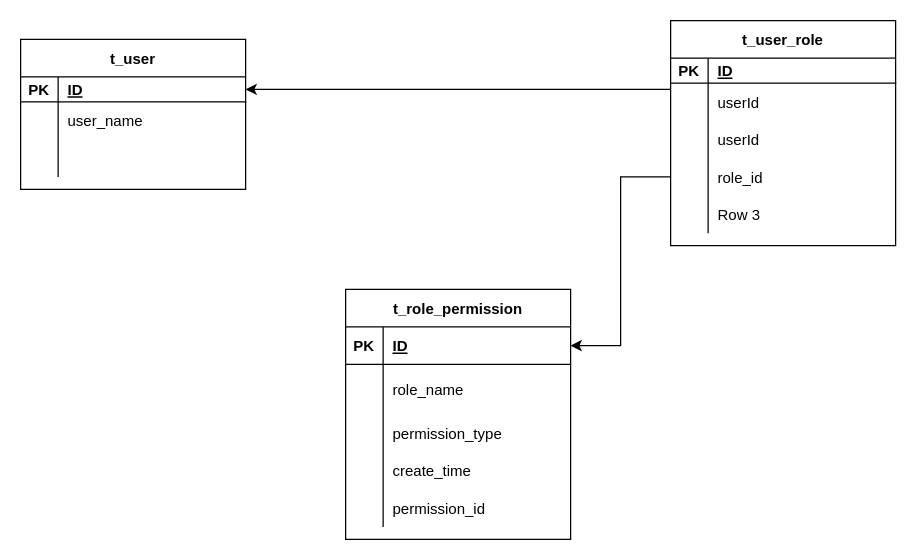
This is permission.drawio from willbety/shell-learn, a draw.io file, before an edit. Source tidied: cells renumbered, new cells numbered last; positions are measured from the earlier drawing's top-left corner, leaving out a move shared by most shapes. Both pictures are drawn from the tidied source at 125%, with x=0, y=0 at pixel (20, -599).
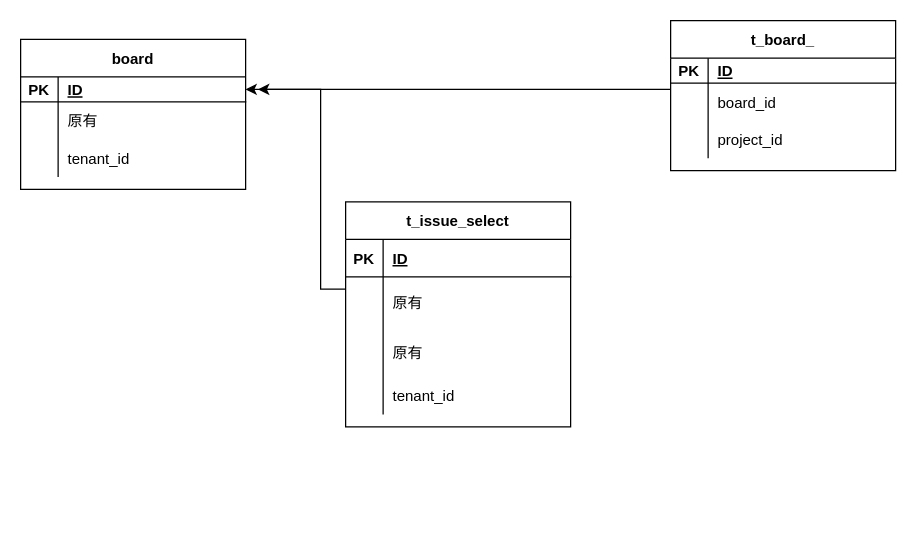
The same diagram, later.

Unchanged cells that the change refers to:
```xml
<mxCell id="4" style="shape=partialRectangle;fillColor=none;top=0;left=0;bottom=1;right=0;points=[[0,0.5],[1,0.5]];portConstraint=eastwest;" parent="3" vertex="1">
  <mxGeometry y="30" width="180" height="30" as="geometry" />
</mxCell>
<mxCell id="23" style="shape=partialRectangle;fillColor=none;top=0;left=0;bottom=0;right=0;points=[[0,0.5],[1,0.5]];portConstraint=eastwest;" parent="19" vertex="1">
  <mxGeometry y="50" width="180" height="30" as="geometry" />
</mxCell>
<mxCell id="26" style="shape=partialRectangle;fillColor=none;top=0;left=0;bottom=0;right=0;" parent="19" vertex="1">
  <mxGeometry y="80" width="180" height="30" as="geometry" />
</mxCell>
<mxCell id="36" style="shape=partialRectangle;fillColor=none;top=0;left=0;bottom=1;right=0;points=[[0,0.5],[1,0.5]];portConstraint=eastwest;" parent="35" vertex="1">
  <mxGeometry y="30" width="180" height="20" as="geometry" />
</mxCell>
<mxCell id="39" style="shape=partialRectangle;fillColor=none;top=0;left=0;bottom=0;right=0;" parent="35" vertex="1">
  <mxGeometry y="50" width="180" height="30" as="geometry" />
</mxCell>
<mxCell id="42" style="shape=partialRectangle;fillColor=none;top=0;left=0;bottom=0;right=0;" parent="35" vertex="1">
  <mxGeometry y="80" width="180" height="30" as="geometry" />
</mxCell>
```

What changed in the source:
```diff
@@
-    <mxCell id="3" value="&#10;t_role_permission&#10;" style="shape=table;startSize=30;childLayout=tableLayout;rowLines=0;fontStyle=1;align=center;" parent="1" vertex="1">
-      <mxGeometry x="260" y="710" width="180" height="200" as="geometry" />
+    <mxCell id="3" value="&#10;t_issue_select&#10;" style="shape=table;startSize=30;childLayout=tableLayout;rowLines=0;fontStyle=1;align=center;" parent="1" vertex="1">
+      <mxGeometry x="260" y="640" width="180" height="180" as="geometry" />
     </mxCell>
@@
+    <mxCell id="47" style="shape=partialRectangle;fillColor=none;top=0;left=0;bottom=0;right=0;points=[[0,0.5],[1,0.5]];portConstraint=eastwest;" parent="3" vertex="1">
+      <mxGeometry y="60" width="180" height="40" as="geometry" />
+    </mxCell>
+    <mxCell id="48" style="shape=partialRectangle;fillColor=none;top=0;left=0;bottom=0;right=0;overflow=hidden;" parent="47" vertex="1">
+      <mxGeometry width="30" height="40" as="geometry" />
+    </mxCell>
+    <mxCell id="49" value="原有" style="shape=partialRectangle;fillColor=none;top=0;left=0;bottom=0;right=0;align=left;spacingLeft=6;overflow=hidden;" parent="47" vertex="1">
+      <mxGeometry x="30" width="150" height="40" as="geometry" />
+    </mxCell>
     <mxCell id="7" style="shape=partialRectangle;fillColor=none;top=0;left=0;bottom=0;right=0;" parent="3" vertex="1">
-      <mxGeometry y="60" width="180" height="40" as="geometry" />
+      <mxGeometry y="100" width="180" height="40" as="geometry" />
     </mxCell>
@@
-    <mxCell id="9" value="role_name" style="shape=partialRectangle;fillColor=none;top=0;left=0;bottom=0;right=0;align=left;spacingLeft=6;overflow=hidden;" parent="7" vertex="1">
+    <mxCell id="9" value="原有" style="shape=partialRectangle;fillColor=none;top=0;left=0;bottom=0;right=0;align=left;spacingLeft=6;overflow=hidden;" parent="7" vertex="1">
       <mxGeometry x="30" width="150" height="40" as="geometry" />
     </mxCell>
     <mxCell id="10" style="shape=partialRectangle;fillColor=none;top=0;left=0;bottom=0;right=0;" parent="3" vertex="1">
-      <mxGeometry y="100" width="180" height="30" as="geometry" />
+      <mxGeometry y="140" width="180" height="30" as="geometry" />
     </mxCell>
@@
-    <mxCell id="12" value="permission_type" style="shape=partialRectangle;fillColor=none;top=0;left=0;bottom=0;right=0;align=left;spacingLeft=6;overflow=hidden;" parent="10" vertex="1">
+    <mxCell id="12" value="tenant_id" style="shape=partialRectangle;fillColor=none;top=0;left=0;bottom=0;right=0;align=left;spacingLeft=6;overflow=hidden;" parent="10" vertex="1">
       <mxGeometry x="30" width="150" height="30" as="geometry" />
     </mxCell>
-    <mxCell id="13" style="shape=partialRectangle;fillColor=none;top=0;left=0;bottom=0;right=0;" parent="3" vertex="1">
-      <mxGeometry y="130" width="180" height="30" as="geometry" />
-    </mxCell>
-    <mxCell id="14" style="shape=partialRectangle;fillColor=none;top=0;left=0;bottom=0;right=0;overflow=hidden;" parent="13" vertex="1">
-      <mxGeometry width="30" height="30" as="geometry" />
-    </mxCell>
-    <mxCell id="15" value="create_time" style="shape=partialRectangle;fillColor=none;top=0;left=0;bottom=0;right=0;align=left;spacingLeft=6;overflow=hidden;" parent="13" vertex="1">
-      <mxGeometry x="30" width="150" height="30" as="geometry" />
-    </mxCell>
-    <mxCell id="16" style="shape=partialRectangle;fillColor=none;top=0;left=0;bottom=0;right=0;" parent="3" vertex="1">
-      <mxGeometry y="160" width="180" height="30" as="geometry" />
-    </mxCell>
-    <mxCell id="17" style="shape=partialRectangle;fillColor=none;top=0;left=0;bottom=0;right=0;overflow=hidden;" parent="16" vertex="1">
-      <mxGeometry width="30" height="30" as="geometry" />
-    </mxCell>
-    <mxCell id="18" value="permission_id" style="shape=partialRectangle;fillColor=none;top=0;left=0;bottom=0;right=0;align=left;spacingLeft=6;overflow=hidden;" parent="16" vertex="1">
-      <mxGeometry x="30" width="150" height="30" as="geometry" />
-    </mxCell>
-    <mxCell id="19" value="t_user_role" style="shape=table;startSize=30;childLayout=tableLayout;rowLines=0;fontStyle=1;align=center;" parent="1" vertex="1">
-      <mxGeometry x="520" y="495" width="180" height="180" as="geometry" />
+    <mxCell id="19" value="t_board_" style="shape=table;startSize=30;childLayout=tableLayout;rowLines=0;fontStyle=1;align=center;" parent="1" vertex="1">
+      <mxGeometry x="520" y="495" width="180" height="120" as="geometry" />
     </mxCell>
@@
-    <mxCell id="25" value="userId" style="shape=partialRectangle;fillColor=none;top=0;left=0;bottom=0;right=0;align=left;spacingLeft=6;overflow=hidden;" parent="23" vertex="1">
+    <mxCell id="25" value="board_id" style="shape=partialRectangle;fillColor=none;top=0;left=0;bottom=0;right=0;align=left;spacingLeft=6;overflow=hidden;" parent="23" vertex="1">
       <mxGeometry x="30" width="150" height="30" as="geometry" />
     </mxCell>
@@
-    <mxCell id="28" value="userId" style="shape=partialRectangle;fillColor=none;top=0;left=0;bottom=0;right=0;align=left;spacingLeft=6;overflow=hidden;" parent="26" vertex="1">
+    <mxCell id="28" value="project_id" style="shape=partialRectangle;fillColor=none;top=0;left=0;bottom=0;right=0;align=left;spacingLeft=6;overflow=hidden;" parent="26" vertex="1">
       <mxGeometry x="30" width="150" height="30" as="geometry" />
     </mxCell>
-    <mxCell id="29" style="shape=partialRectangle;fillColor=none;top=0;left=0;bottom=0;right=0;points=[[0,0.5],[1,0.5]];portConstraint=eastwest;" parent="19" vertex="1">
-      <mxGeometry y="110" width="180" height="30" as="geometry" />
-    </mxCell>
-    <mxCell id="30" style="shape=partialRectangle;fillColor=none;top=0;left=0;bottom=0;right=0;overflow=hidden;" parent="29" vertex="1">
-      <mxGeometry width="30" height="30" as="geometry" />
-    </mxCell>
-    <mxCell id="31" value="role_id" style="shape=partialRectangle;fillColor=none;top=0;left=0;bottom=0;right=0;align=left;spacingLeft=6;overflow=hidden;" parent="29" vertex="1">
-      <mxGeometry x="30" width="150" height="30" as="geometry" />
-    </mxCell>
-    <mxCell id="32" style="shape=partialRectangle;fillColor=none;top=0;left=0;bottom=0;right=0;" parent="19" vertex="1">
-      <mxGeometry y="140" width="180" height="30" as="geometry" />
-    </mxCell>
-    <mxCell id="33" style="shape=partialRectangle;fillColor=none;top=0;left=0;bottom=0;right=0;overflow=hidden;" parent="32" vertex="1">
-      <mxGeometry width="30" height="30" as="geometry" />
-    </mxCell>
-    <mxCell id="34" value="Row 3" style="shape=partialRectangle;fillColor=none;top=0;left=0;bottom=0;right=0;align=left;spacingLeft=6;overflow=hidden;" parent="32" vertex="1">
-      <mxGeometry x="30" width="150" height="30" as="geometry" />
-    </mxCell>
-    <mxCell id="35" value="t_user" style="shape=table;startSize=30;childLayout=tableLayout;rowLines=0;fontStyle=1;align=center;" parent="1" vertex="1">
+    <mxCell id="35" value="board" style="shape=table;startSize=30;childLayout=tableLayout;rowLines=0;fontStyle=1;align=center;" parent="1" vertex="1">
       <mxGeometry y="510" width="180" height="120" as="geometry" />
     </mxCell>
@@
-    <mxCell id="41" value="user_name" style="shape=partialRectangle;fillColor=none;top=0;left=0;bottom=0;right=0;align=left;spacingLeft=6;overflow=hidden;" parent="39" vertex="1">
+    <mxCell id="41" value="原有" style="shape=partialRectangle;fillColor=none;top=0;left=0;bottom=0;right=0;align=left;spacingLeft=6;overflow=hidden;" parent="39" vertex="1">
       <mxGeometry x="30" width="150" height="30" as="geometry" />
     </mxCell>
@@
-    <mxCell id="44" style="shape=partialRectangle;fillColor=none;top=0;left=0;bottom=0;right=0;align=left;spacingLeft=6;overflow=hidden;" parent="42" vertex="1">
+    <mxCell id="44" value="tenant_id" style="shape=partialRectangle;fillColor=none;top=0;left=0;bottom=0;right=0;align=left;spacingLeft=6;overflow=hidden;" parent="42" vertex="1">
       <mxGeometry x="30" width="150" height="30" as="geometry" />
     </mxCell>
-    <mxCell id="45" style="edgeStyle=orthogonalEdgeStyle;rounded=0;jettySize=auto;html=1;exitX=0;exitY=0.5;exitDx=0;exitDy=0;" parent="1" edge="1" source="29" target="4">
-      <mxGeometry relative="1" as="geometry" />
-    </mxCell>
-    <mxCell id="46" style="edgeStyle=orthogonalEdgeStyle;rounded=0;jettySize=auto;html=1;entryX=1;entryY=0.5;entryDx=0;entryDy=0;" parent="1" edge="1" source="23" target="36">
+    <mxCell id="46" style="edgeStyle=orthogonalEdgeStyle;rounded=0;jettySize=auto;html=1;" parent="1" edge="1" source="23">
       <mxGeometry relative="1" as="geometry">
+        <mxPoint x="190" y="550" as="targetPoint" />
         <Array as="points">
           <mxPoint x="390" y="550" />
           <mxPoint x="390" y="550" />
         </Array>
       </mxGeometry>
     </mxCell>
+    <mxCell id="50" style="edgeStyle=orthogonalEdgeStyle;rounded=0;jettySize=auto;html=1;exitX=-0.001;exitY=0.245;exitDx=0;exitDy=0;exitPerimeter=0;" parent="1" edge="1" source="47">
+      <mxGeometry relative="1" as="geometry">
+        <mxPoint x="180" y="550" as="targetPoint" />
+        <Array as="points">
+          <mxPoint x="240" y="710" />
+          <mxPoint x="240" y="550" />
+        </Array>
+      </mxGeometry>
+    </mxCell>
```
